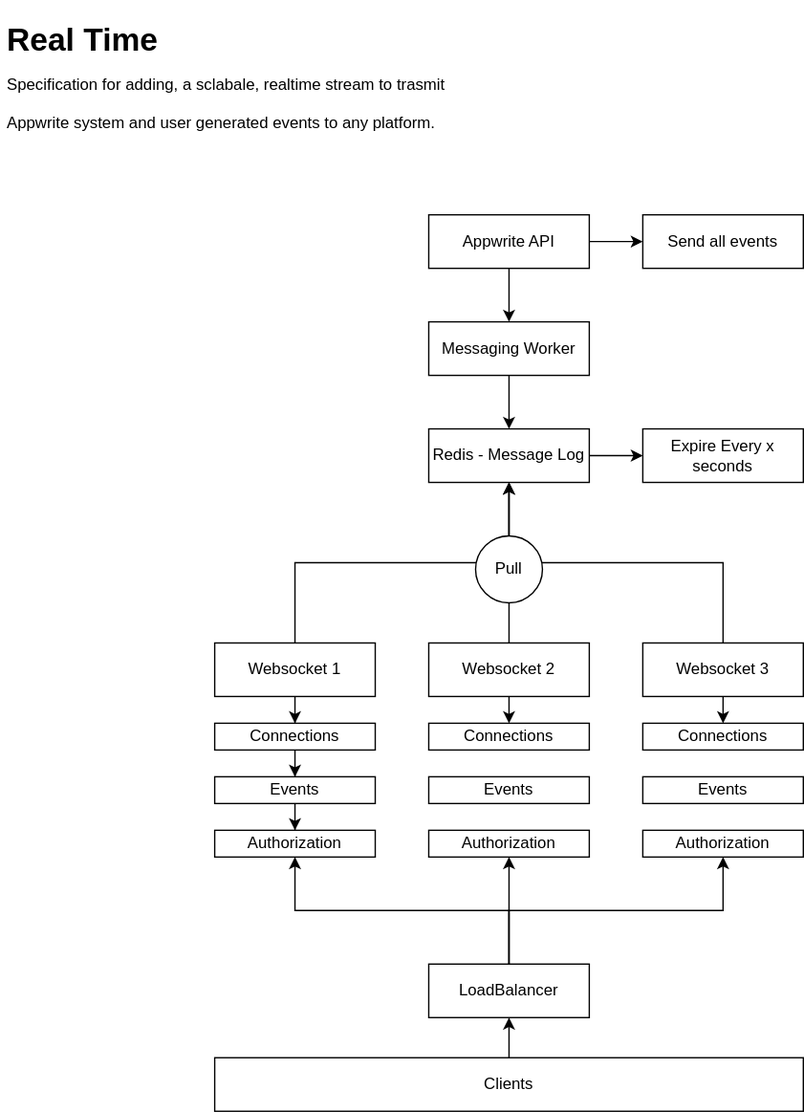
zee-bit/appwrite keeps this draw.io diagram as docs/specs/realtime.drawio.svg. Above is the earlier version. Source tidied: cells renumbered, new cells last; positions are measured from the earlier drawing's top-left corner, leaving out a move shared by most shapes.
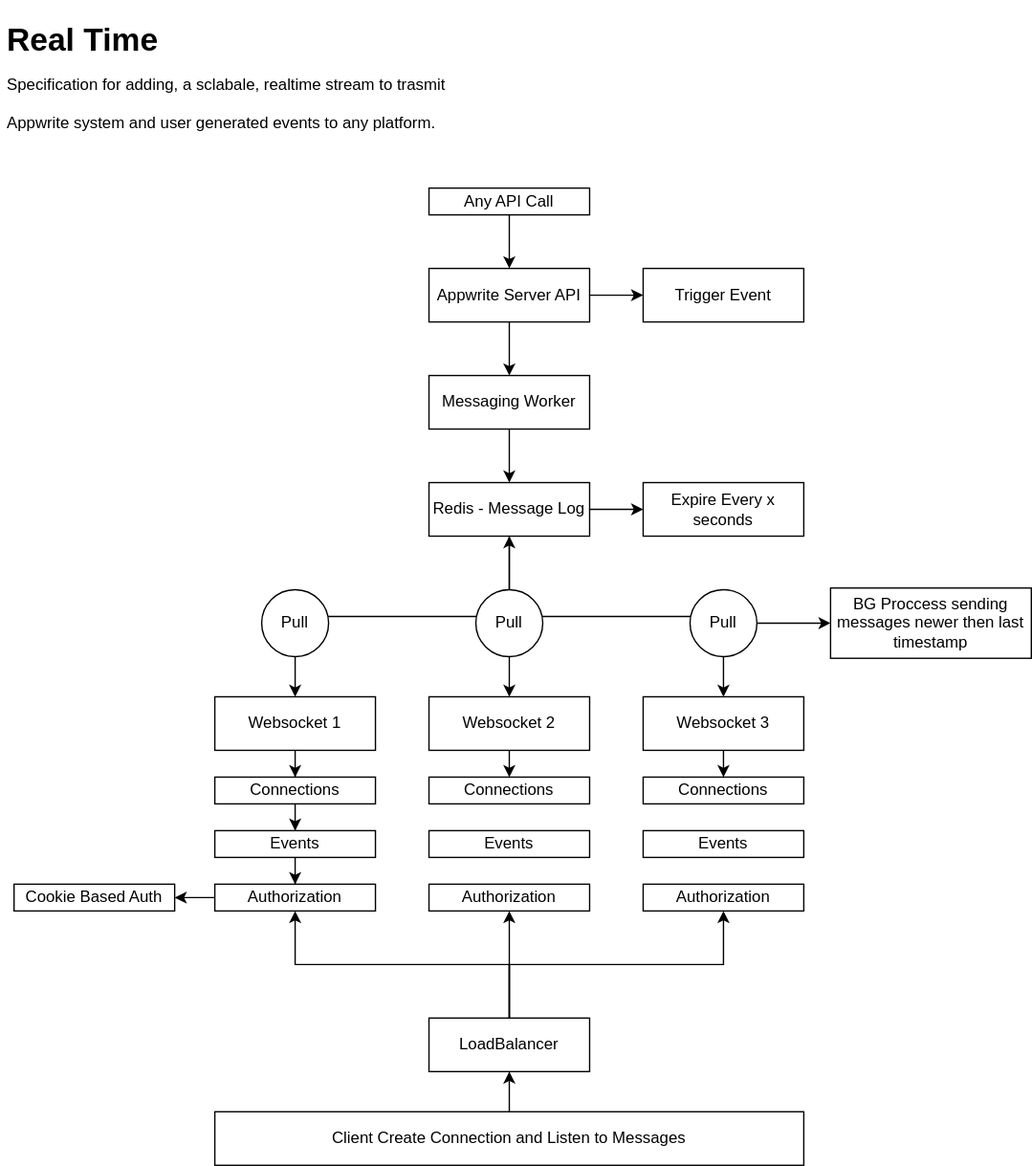
After the commit.

Diff of the diagram source:
```diff
@@ -8,10 +8,16 @@
     <mxCell id="3" style="edgeStyle=orthogonalEdgeStyle;rounded=0;jettySize=auto;html=1;" parent="1" edge="1" source="4" target="5">
       <mxGeometry relative="1" as="geometry" />
     </mxCell>
-    <mxCell id="4" value="Appwrite API" style="rounded=0;whiteSpace=wrap;html=1;" parent="1" vertex="1">
+    <mxCell id="4" value="Appwrite Server API" style="rounded=0;whiteSpace=wrap;html=1;" parent="1" vertex="1">
       <mxGeometry x="320" y="150" width="120" height="40" as="geometry" />
     </mxCell>
+    <mxCell id="39" style="edgeStyle=orthogonalEdgeStyle;rounded=0;jettySize=auto;html=1;exitX=0.5;exitY=1;exitDx=0;exitDy=0;entryX=0.5;entryY=0;entryDx=0;entryDy=0;" parent="1" edge="1" source="40" target="4">
+      <mxGeometry relative="1" as="geometry" />
+    </mxCell>
+    <mxCell id="40" value="Any API Call" style="rounded=0;whiteSpace=wrap;html=1;" parent="1" vertex="1">
+      <mxGeometry x="320" y="90" width="120" height="20" as="geometry" />
+    </mxCell>
-    <mxCell id="5" value="Send all events" style="rounded=0;whiteSpace=wrap;html=1;" parent="1" vertex="1">
+    <mxCell id="5" value="Trigger Event" style="rounded=0;whiteSpace=wrap;html=1;" parent="1" vertex="1">
       <mxGeometry x="480" y="150" width="120" height="40" as="geometry" />
     </mxCell>
     <mxCell id="6" style="edgeStyle=orthogonalEdgeStyle;rounded=0;jettySize=auto;html=1;" parent="1" edge="1" source="7" target="9">
@@ -23,15 +29,15 @@
     <mxCell id="8" style="edgeStyle=orthogonalEdgeStyle;rounded=0;jettySize=auto;html=1;" parent="1" edge="1" source="9" target="10">
       <mxGeometry relative="1" as="geometry" />
     </mxCell>
+    <mxCell id="41" style="edgeStyle=orthogonalEdgeStyle;rounded=0;jettySize=auto;html=1;exitX=0.5;exitY=1;exitDx=0;exitDy=0;entryX=0.5;entryY=0;entryDx=0;entryDy=0;" parent="1" edge="1" source="9" target="13">
+      <mxGeometry relative="1" as="geometry" />
+    </mxCell>
     <mxCell id="9" value="Redis - Message Log" style="rounded=0;whiteSpace=wrap;html=1;" parent="1" vertex="1">
       <mxGeometry x="320" y="310" width="120" height="40" as="geometry" />
     </mxCell>
     <mxCell id="10" value="Expire Every x seconds" style="rounded=0;whiteSpace=wrap;html=1;" parent="1" vertex="1">
       <mxGeometry x="480" y="310" width="120" height="40" as="geometry" />
     </mxCell>
-    <mxCell id="11" style="edgeStyle=orthogonalEdgeStyle;rounded=0;jettySize=auto;html=1;exitX=0.5;exitY=0;exitDx=0;exitDy=0;" parent="1" edge="1" source="13" target="9">
-      <mxGeometry relative="1" as="geometry" />
-    </mxCell>
     <mxCell id="12" style="edgeStyle=orthogonalEdgeStyle;rounded=0;jettySize=auto;html=1;" parent="1" edge="1" source="13" target="15">
       <mxGeometry relative="1" as="geometry" />
     </mxCell>
@@ -50,22 +56,28 @@
     <mxCell id="17" value="Events" style="rounded=0;whiteSpace=wrap;html=1;" parent="1" vertex="1">
       <mxGeometry x="160" y="570" width="120" height="20" as="geometry" />
     </mxCell>
+    <mxCell id="42" style="edgeStyle=orthogonalEdgeStyle;rounded=0;jettySize=auto;html=1;" parent="1" edge="1" source="18" target="43">
+      <mxGeometry relative="1" as="geometry" />
+    </mxCell>
     <mxCell id="18" value="Authorization" style="rounded=0;whiteSpace=wrap;html=1;" parent="1" vertex="1">
       <mxGeometry x="160" y="610" width="120" height="20" as="geometry" />
     </mxCell>
-    <mxCell id="19" style="edgeStyle=orthogonalEdgeStyle;rounded=0;jettySize=auto;html=1;exitX=0.5;exitY=0;exitDx=0;exitDy=0;" parent="1" edge="1" source="21">
-      <mxGeometry relative="1" as="geometry">
-        <mxPoint x="380" y="350" as="targetPoint" />
-      </mxGeometry>
-    </mxCell>
+    <mxCell id="43" value="Cookie Based Auth" style="rounded=0;whiteSpace=wrap;html=1;" parent="1" vertex="1">
+      <mxGeometry x="10" y="610" width="120" height="20" as="geometry" />
+    </mxCell>
     <mxCell id="20" style="edgeStyle=orthogonalEdgeStyle;rounded=0;jettySize=auto;html=1;exitX=0.5;exitY=1;exitDx=0;exitDy=0;entryX=0.5;entryY=0;entryDx=0;entryDy=0;" parent="1" edge="1" source="21" target="26">
       <mxGeometry relative="1" as="geometry" />
     </mxCell>
     <mxCell id="21" value="Websocket 2" style="rounded=0;whiteSpace=wrap;html=1;" parent="1" vertex="1">
       <mxGeometry x="320" y="470" width="120" height="40" as="geometry" />
     </mxCell>
-    <mxCell id="22" style="edgeStyle=orthogonalEdgeStyle;rounded=0;jettySize=auto;html=1;exitX=0.5;exitY=0;exitDx=0;exitDy=0;entryX=0.5;entryY=1;entryDx=0;entryDy=0;" parent="1" edge="1" source="24" target="9">
-      <mxGeometry relative="1" as="geometry" />
+    <mxCell id="22" style="edgeStyle=orthogonalEdgeStyle;rounded=0;jettySize=auto;html=1;exitX=0.5;exitY=0;exitDx=0;exitDy=0;entryX=0.5;entryY=1;entryDx=0;entryDy=0;" parent="1" edge="1" source="49" target="9">
+      <mxGeometry relative="1" as="geometry">
+        <Array as="points">
+          <mxPoint x="540" y="410" />
+          <mxPoint x="380" y="410" />
+        </Array>
+      </mxGeometry>
     </mxCell>
     <mxCell id="23" style="edgeStyle=orthogonalEdgeStyle;rounded=0;jettySize=auto;html=1;exitX=0.5;exitY=1;exitDx=0;exitDy=0;entryX=0.5;entryY=0;entryDx=0;entryDy=0;" parent="1" edge="1" source="24" target="29">
       <mxGeometry relative="1" as="geometry" />
@@ -73,6 +85,9 @@
     <mxCell id="24" value="Websocket 3" style="rounded=0;whiteSpace=wrap;html=1;" parent="1" vertex="1">
       <mxGeometry x="480" y="470" width="120" height="40" as="geometry" />
     </mxCell>
+    <mxCell id="44" style="edgeStyle=orthogonalEdgeStyle;rounded=0;jettySize=auto;html=1;exitX=0.5;exitY=1;exitDx=0;exitDy=0;entryX=0.5;entryY=0;entryDx=0;entryDy=0;" parent="1" edge="1" source="25" target="21">
+      <mxGeometry relative="1" as="geometry" />
+    </mxCell>
     <mxCell id="25" value="Pull" style="ellipse;whiteSpace=wrap;html=1;" parent="1" vertex="1">
       <mxGeometry x="355" y="390" width="50" height="50" as="geometry" />
     </mxCell>
@@ -97,7 +112,7 @@
     <mxCell id="32" style="edgeStyle=orthogonalEdgeStyle;rounded=0;jettySize=auto;html=1;" parent="1" edge="1" source="33" target="37">
       <mxGeometry relative="1" as="geometry" />
     </mxCell>
-    <mxCell id="33" value="Clients" style="rounded=0;whiteSpace=wrap;html=1;" parent="1" vertex="1">
+    <mxCell id="33" value="Client Create Connection and Listen to Messages" style="rounded=0;whiteSpace=wrap;html=1;" parent="1" vertex="1">
       <mxGeometry x="160" y="780" width="440" height="40" as="geometry" />
     </mxCell>
     <mxCell id="34" style="edgeStyle=orthogonalEdgeStyle;rounded=0;jettySize=auto;html=1;exitX=0.5;exitY=0;exitDx=0;exitDy=0;entryX=0.5;entryY=1;entryDx=0;entryDy=0;" parent="1" edge="1" source="37" target="28">
@@ -113,7 +128,22 @@
       <mxGeometry x="320" y="710" width="120" height="40" as="geometry" />
     </mxCell>
     <mxCell id="38" value="&lt;h1&gt;&lt;span&gt;Real Time&lt;br&gt;&lt;/span&gt;&lt;span style=&quot;font-size: 12px ; font-weight: normal&quot;&gt;Specification for adding, a sclabale, realtime stream to trasmit Appwrite system and user generated events to any platform.&lt;/span&gt;&lt;br&gt;&lt;/h1&gt;" style="text;html=1;spacing=5;spacingTop=-20;whiteSpace=wrap;overflow=hidden;rounded=0;labelBackgroundColor=none;" parent="1" vertex="1">
-      <mxGeometry width="370" height="90" as="geometry" />
+      <mxGeometry y="-40" width="370" height="90" as="geometry" />
     </mxCell>
+    <mxCell id="45" value="BG Proccess sending messages newer then last timestamp" style="rounded=0;whiteSpace=wrap;html=1;" parent="1" vertex="1">
+      <mxGeometry x="620" y="388.8" width="150" height="52.5" as="geometry" />
+    </mxCell>
+    <mxCell id="46" value="Pull" style="ellipse;whiteSpace=wrap;html=1;" parent="1" vertex="1">
+      <mxGeometry x="195" y="390" width="50" height="50" as="geometry" />
+    </mxCell>
+    <mxCell id="47" style="edgeStyle=orthogonalEdgeStyle;rounded=0;jettySize=auto;html=1;exitX=0.5;exitY=1;exitDx=0;exitDy=0;entryX=0.5;entryY=0;entryDx=0;entryDy=0;" parent="1" edge="1" source="49" target="24">
+      <mxGeometry relative="1" as="geometry" />
+    </mxCell>
+    <mxCell id="48" style="edgeStyle=orthogonalEdgeStyle;rounded=0;jettySize=auto;html=1;exitX=1;exitY=0.5;exitDx=0;exitDy=0;entryX=0;entryY=0.5;entryDx=0;entryDy=0;" parent="1" edge="1" source="49" target="45">
+      <mxGeometry relative="1" as="geometry" />
+    </mxCell>
+    <mxCell id="49" value="Pull" style="ellipse;whiteSpace=wrap;html=1;" parent="1" vertex="1">
+      <mxGeometry x="515" y="390" width="50" height="50" as="geometry" />
+    </mxCell>
   </root>
 </mxGraphModel>
```
